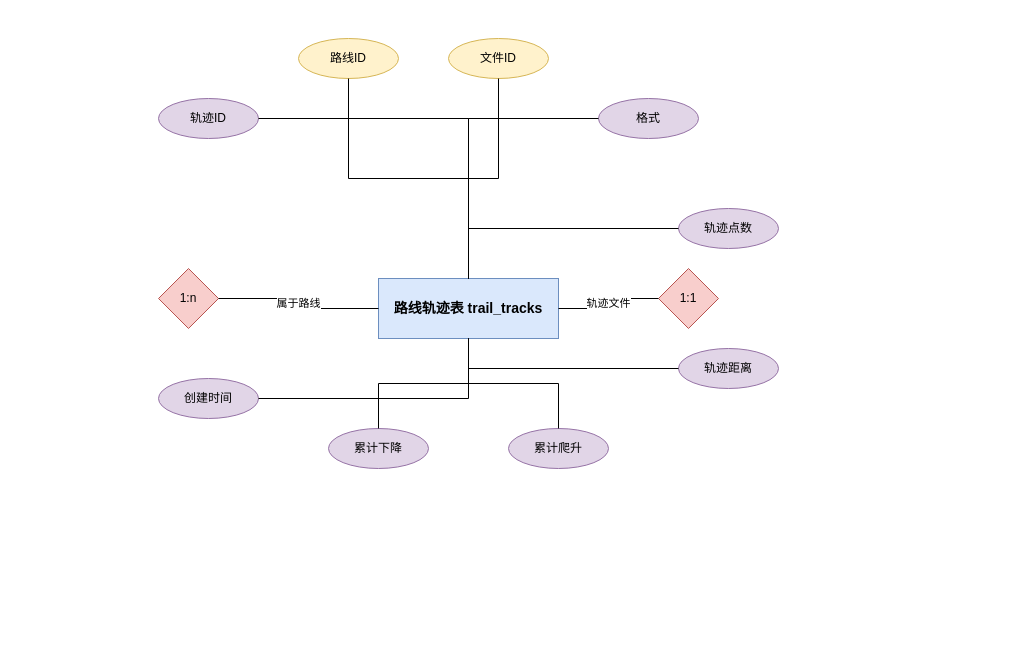
612cs/TrailQuest keeps this draw.io diagram as DOCS/architecture-diagrams/sources/路线轨迹表.drawio. Above is the earlier version. Source tidied: cells renumbered, new cells numbered last; positions are measured from the earlier drawing's top-left corner, leaving out a move shared by most shapes. Both pictures are drawn from the tidied source at 100%, with x=0, y=0 at pixel (158, 38).
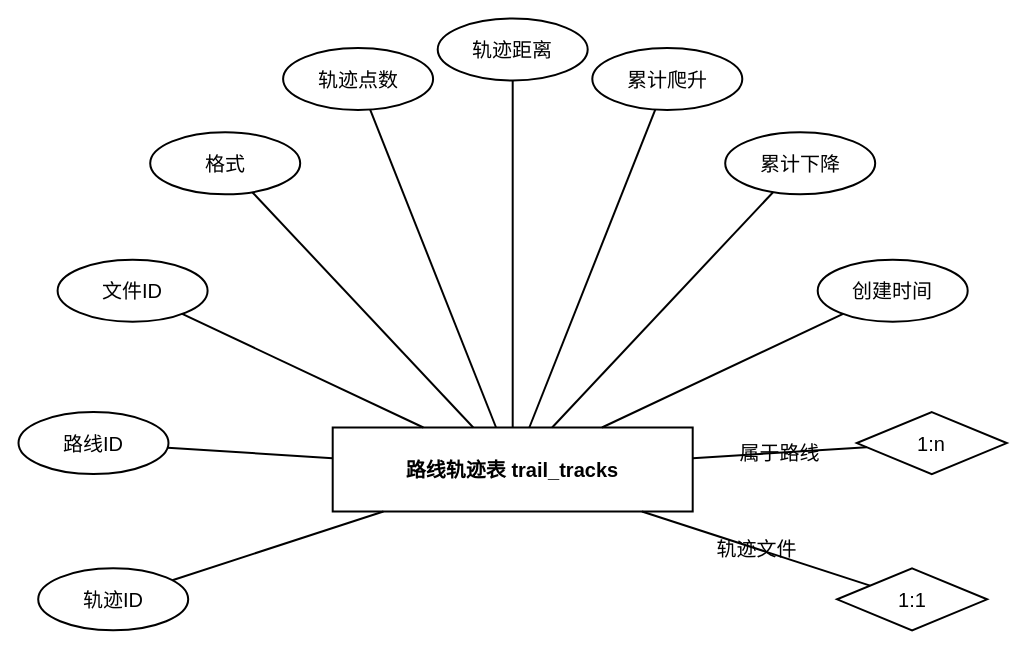
The same diagram, later.

The edit, as a diff of the source:
```diff
@@
-    <mxCell id="2" value="路线轨迹表 trail_tracks" style="rounded=0;whiteSpace=wrap;html=1;fillColor=#dae8fc;strokeColor=#6c8ebf;fontSize=14;fontStyle=1;" parent="1" vertex="1">
-      <mxGeometry x="220" y="240" width="180" height="60" as="geometry" />
+    <mxCell id="2" value="路线轨迹表 trail_tracks" style="rounded=0;whiteSpace=wrap;html=1;fillColor=none;strokeColor=#000000;fontSize=20;fontStyle=1;gradientColor=none;fontColor=#000000;strokeWidth=2;shadow=0;glass=0;" parent="1" vertex="1">
+      <mxGeometry x="174.2" y="389" width="360" height="84" as="geometry" />
     </mxCell>
-    <mxCell id="3" value="轨迹ID" style="ellipse;whiteSpace=wrap;html=1;fillColor=#e1d5e7;strokeColor=#9673a6;" parent="1" vertex="1">
-      <mxGeometry y="60" width="100" height="40" as="geometry" />
+    <mxCell id="3" value="轨迹ID" style="ellipse;whiteSpace=wrap;html=1;fillColor=none;strokeColor=#000000;gradientColor=none;fontColor=#000000;fontSize=20;strokeWidth=2;shadow=0;glass=0;" parent="1" vertex="1">
+      <mxGeometry x="-120.3" y="529.8" width="150" height="62" as="geometry" />
     </mxCell>
-    <mxCell id="4" style="edgeStyle=orthogonalEdgeStyle;rounded=0;jettySize=auto;html=1;endArrow=none;endFill=0;" parent="1" edge="1" source="3" target="2">
+    <mxCell id="4" style="rounded=0;html=1;endArrow=none;endFill=0;strokeColor=#000000;strokeWidth=2;" parent="1" edge="1" source="3" target="2">
       <mxGeometry relative="1" as="geometry" />
     </mxCell>
-    <mxCell id="5" value="路线ID" style="ellipse;whiteSpace=wrap;html=1;fillColor=#fff2cc;strokeColor=#d6b656;" parent="1" vertex="1">
-      <mxGeometry x="140" width="100" height="40" as="geometry" />
+    <mxCell id="5" value="路线ID" style="ellipse;whiteSpace=wrap;html=1;fillColor=none;strokeColor=#000000;gradientColor=none;fontColor=#000000;fontSize=20;strokeWidth=2;shadow=0;glass=0;" parent="1" vertex="1">
+      <mxGeometry x="-140" y="373.6" width="150" height="62" as="geometry" />
     </mxCell>
-    <mxCell id="6" style="edgeStyle=orthogonalEdgeStyle;rounded=0;jettySize=auto;html=1;endArrow=none;endFill=0;" parent="1" edge="1" source="5" target="2">
+    <mxCell id="6" style="rounded=0;html=1;endArrow=none;endFill=0;strokeColor=#000000;strokeWidth=2;" parent="1" edge="1" source="5" target="2">
       <mxGeometry relative="1" as="geometry" />
     </mxCell>
-    <mxCell id="7" value="文件ID" style="ellipse;whiteSpace=wrap;html=1;fillColor=#fff2cc;strokeColor=#d6b656;" parent="1" vertex="1">
-      <mxGeometry x="290" width="100" height="40" as="geometry" />
+    <mxCell id="7" value="文件ID" style="ellipse;whiteSpace=wrap;html=1;fillColor=none;strokeColor=#000000;gradientColor=none;fontColor=#000000;fontSize=20;strokeWidth=2;shadow=0;glass=0;" parent="1" vertex="1">
+      <mxGeometry x="-100.9" y="221.2" width="150" height="62" as="geometry" />
     </mxCell>
-    <mxCell id="8" style="edgeStyle=orthogonalEdgeStyle;rounded=0;jettySize=auto;html=1;endArrow=none;endFill=0;" parent="1" edge="1" source="7" target="2">
+    <mxCell id="8" style="rounded=0;html=1;endArrow=none;endFill=0;strokeColor=#000000;strokeWidth=2;" parent="1" edge="1" source="7" target="2">
       <mxGeometry relative="1" as="geometry" />
     </mxCell>
-    <mxCell id="9" value="格式" style="ellipse;whiteSpace=wrap;html=1;fillColor=#e1d5e7;strokeColor=#9673a6;" parent="1" vertex="1">
-      <mxGeometry x="440" y="60" width="100" height="40" as="geometry" />
+    <mxCell id="9" value="格式" style="ellipse;whiteSpace=wrap;html=1;fillColor=none;strokeColor=#000000;gradientColor=none;fontColor=#000000;fontSize=20;strokeWidth=2;shadow=0;glass=0;" parent="1" vertex="1">
+      <mxGeometry x="-8.3" y="93.8" width="150" height="62" as="geometry" />
     </mxCell>
-    <mxCell id="10" style="edgeStyle=orthogonalEdgeStyle;rounded=0;jettySize=auto;html=1;endArrow=none;endFill=0;" parent="1" edge="1" source="9" target="2">
+    <mxCell id="10" style="rounded=0;html=1;endArrow=none;endFill=0;strokeColor=#000000;strokeWidth=2;" parent="1" edge="1" source="9" target="2">
       <mxGeometry relative="1" as="geometry" />
     </mxCell>
-    <mxCell id="11" value="轨迹点数" style="ellipse;whiteSpace=wrap;html=1;fillColor=#e1d5e7;strokeColor=#9673a6;" parent="1" vertex="1">
-      <mxGeometry x="520" y="170" width="100" height="40" as="geometry" />
+    <mxCell id="11" value="轨迹点数" style="ellipse;whiteSpace=wrap;html=1;fillColor=none;strokeColor=#000000;gradientColor=none;fontColor=#000000;fontSize=20;strokeWidth=2;shadow=0;glass=0;" parent="1" vertex="1">
+      <mxGeometry x="124.6" y="9.5" width="150" height="62" as="geometry" />
     </mxCell>
-    <mxCell id="12" style="edgeStyle=orthogonalEdgeStyle;rounded=0;jettySize=auto;html=1;endArrow=none;endFill=0;" parent="1" edge="1" source="11" target="2">
+    <mxCell id="12" style="rounded=0;html=1;endArrow=none;endFill=0;strokeColor=#000000;strokeWidth=2;" parent="1" edge="1" source="11" target="2">
       <mxGeometry relative="1" as="geometry" />
     </mxCell>
-    <mxCell id="13" value="轨迹距离" style="ellipse;whiteSpace=wrap;html=1;fillColor=#e1d5e7;strokeColor=#9673a6;" parent="1" vertex="1">
-      <mxGeometry x="520" y="310" width="100" height="40" as="geometry" />
+    <mxCell id="13" value="轨迹距离" style="ellipse;whiteSpace=wrap;html=1;fillColor=none;strokeColor=#000000;gradientColor=none;fontColor=#000000;fontSize=20;strokeWidth=2;shadow=0;glass=0;" parent="1" vertex="1">
+      <mxGeometry x="279.2" y="-20" width="150" height="62" as="geometry" />
     </mxCell>
-    <mxCell id="14" style="edgeStyle=orthogonalEdgeStyle;rounded=0;jettySize=auto;html=1;endArrow=none;endFill=0;" parent="1" edge="1" source="13" target="2">
+    <mxCell id="14" style="rounded=0;html=1;endArrow=none;endFill=0;strokeColor=#000000;strokeWidth=2;" parent="1" edge="1" source="13" target="2">
       <mxGeometry relative="1" as="geometry" />
     </mxCell>
-    <mxCell id="15" value="累计爬升" style="ellipse;whiteSpace=wrap;html=1;fillColor=#e1d5e7;strokeColor=#9673a6;" parent="1" vertex="1">
-      <mxGeometry x="350" y="390" width="100" height="40" as="geometry" />
+    <mxCell id="15" value="累计爬升" style="ellipse;whiteSpace=wrap;html=1;fillColor=none;strokeColor=#000000;gradientColor=none;fontColor=#000000;fontSize=20;strokeWidth=2;shadow=0;glass=0;" parent="1" vertex="1">
+      <mxGeometry x="433.8" y="9.5" width="150" height="62" as="geometry" />
     </mxCell>
-    <mxCell id="16" style="edgeStyle=orthogonalEdgeStyle;rounded=0;jettySize=auto;html=1;endArrow=none;endFill=0;" parent="1" edge="1" source="15" target="2">
+    <mxCell id="16" style="rounded=0;html=1;endArrow=none;endFill=0;strokeColor=#000000;strokeWidth=2;" parent="1" edge="1" source="15" target="2">
       <mxGeometry relative="1" as="geometry" />
     </mxCell>
-    <mxCell id="17" value="累计下降" style="ellipse;whiteSpace=wrap;html=1;fillColor=#e1d5e7;strokeColor=#9673a6;" parent="1" vertex="1">
-      <mxGeometry x="170" y="390" width="100" height="40" as="geometry" />
+    <mxCell id="17" value="累计下降" style="ellipse;whiteSpace=wrap;html=1;fillColor=none;strokeColor=#000000;gradientColor=none;fontColor=#000000;fontSize=20;strokeWidth=2;shadow=0;glass=0;" parent="1" vertex="1">
+      <mxGeometry x="566.7" y="93.8" width="150" height="62" as="geometry" />
     </mxCell>
-    <mxCell id="18" style="edgeStyle=orthogonalEdgeStyle;rounded=0;jettySize=auto;html=1;endArrow=none;endFill=0;" parent="1" edge="1" source="17" target="2">
+    <mxCell id="18" style="rounded=0;html=1;endArrow=none;endFill=0;strokeColor=#000000;strokeWidth=2;" parent="1" edge="1" source="17" target="2">
       <mxGeometry relative="1" as="geometry" />
     </mxCell>
-    <mxCell id="19" value="创建时间" style="ellipse;whiteSpace=wrap;html=1;fillColor=#e1d5e7;strokeColor=#9673a6;" parent="1" vertex="1">
-      <mxGeometry y="340" width="100" height="40" as="geometry" />
+    <mxCell id="19" value="创建时间" style="ellipse;whiteSpace=wrap;html=1;fillColor=none;strokeColor=#000000;gradientColor=none;fontColor=#000000;fontSize=20;strokeWidth=2;shadow=0;glass=0;" parent="1" vertex="1">
+      <mxGeometry x="659.2" y="221.2" width="150" height="62" as="geometry" />
     </mxCell>
-    <mxCell id="20" style="edgeStyle=orthogonalEdgeStyle;rounded=0;jettySize=auto;html=1;endArrow=none;endFill=0;" parent="1" edge="1" source="19" target="2">
+    <mxCell id="20" style="rounded=0;html=1;endArrow=none;endFill=0;strokeColor=#000000;strokeWidth=2;" parent="1" edge="1" source="19" target="2">
       <mxGeometry relative="1" as="geometry" />
     </mxCell>
-    <mxCell id="21" value="1:n" style="rhombus;whiteSpace=wrap;html=1;fillColor=#f8cecc;strokeColor=#b85450;fontSize=12;" parent="1" vertex="1">
-      <mxGeometry y="230" width="60" height="60" as="geometry" />
+    <mxCell id="21" value="1:n" style="rhombus;whiteSpace=wrap;html=1;fillColor=none;strokeColor=#000000;fontSize=20;gradientColor=none;fontColor=#000000;strokeWidth=2;shadow=0;glass=0;" parent="1" vertex="1">
+      <mxGeometry x="698.3" y="373.6" width="150" height="62" as="geometry" />
     </mxCell>
-    <mxCell id="22" value="属于路线" style="edgeStyle=orthogonalEdgeStyle;rounded=0;jettySize=auto;html=1;endArrow=none;endFill=0;" parent="1" edge="1" source="21" target="2">
+    <mxCell id="22" value="属于路线" style="rounded=0;html=1;endArrow=none;endFill=0;strokeColor=#000000;strokeWidth=2;fontSize=20;fontColor=#000000;fontFamily=Arial;labelBackgroundColor=none;fillColor=none;gradientColor=none;shadow=0;" parent="1" edge="1" source="21" target="2">
       <mxGeometry relative="1" as="geometry" />
     </mxCell>
-    <mxCell id="23" value="1:1" style="rhombus;whiteSpace=wrap;html=1;fillColor=#f8cecc;strokeColor=#b85450;fontSize=12;" parent="1" vertex="1">
-      <mxGeometry x="500" y="230" width="60" height="60" as="geometry" />
+    <mxCell id="23" value="1:1" style="rhombus;whiteSpace=wrap;html=1;fillColor=none;strokeColor=#000000;fontSize=20;gradientColor=none;fontColor=#000000;strokeWidth=2;shadow=0;glass=0;" parent="1" vertex="1">
+      <mxGeometry x="678.6" y="529.8" width="150" height="62" as="geometry" />
     </mxCell>
-    <mxCell id="24" value="轨迹文件" style="edgeStyle=orthogonalEdgeStyle;rounded=0;jettySize=auto;html=1;endArrow=none;endFill=0;" parent="1" edge="1" source="2" target="23">
+    <mxCell id="24" value="轨迹文件" style="rounded=0;html=1;endArrow=none;endFill=0;strokeColor=#000000;strokeWidth=2;fontSize=20;fontColor=#000000;fontFamily=Arial;labelBackgroundColor=none;fillColor=none;gradientColor=none;shadow=0;" parent="1" edge="1" source="2" target="23">
       <mxGeometry relative="1" as="geometry" />
     </mxCell>
```
